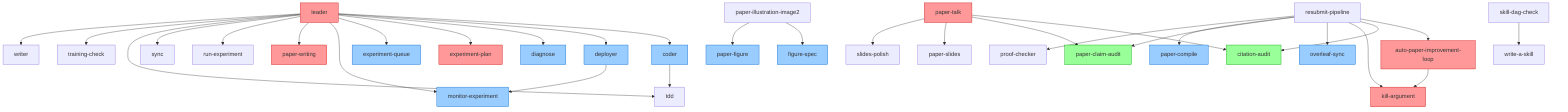
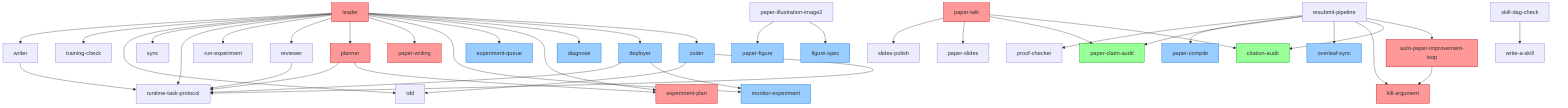
graph TD
    auto-paper-improvement-loop --> kill-argument
+     coder --> runtime-task-protocol
    coder --> tdd
    deployer --> monitor-experiment
+     deployer --> runtime-task-protocol
    leader --> coder
    leader --> deployer
    leader --> diagnose
    leader --> experiment-plan
    leader --> experiment-queue
    leader --> monitor-experiment
    leader --> paper-writing
+     leader --> planner
+     leader --> reviewer
    leader --> run-experiment
+     leader --> runtime-task-protocol
    leader --> sync
    leader --> tdd
    leader --> training-check
    leader --> writer
    paper-illustration-image2 --> figure-spec
    paper-illustration-image2 --> paper-figure
    paper-talk --> citation-audit
    paper-talk --> paper-claim-audit
    paper-talk --> paper-slides
    paper-talk --> slides-polish
+     planner --> experiment-plan
+     planner --> runtime-task-protocol
    resubmit-pipeline --> auto-paper-improvement-loop
    resubmit-pipeline --> citation-audit
    resubmit-pipeline --> kill-argument
    resubmit-pipeline --> overleaf-sync
    resubmit-pipeline --> paper-claim-audit
    resubmit-pipeline --> paper-compile
    resubmit-pipeline --> proof-checker
+     reviewer --> runtime-task-protocol
    skill-dag-check --> write-a-skill
+     writer --> runtime-task-protocol

    classDef leader fill:#ff9999,stroke:#cc0000
-     class auto-paper-improvement-loop,auto-review-loop,auto-review-loop-llm,auto-review-loop-minimax,dse-loop,experiment-plan,framework-update,idea-discovery,idea-discovery-robot,init-research,kill-argument,leader,meta-optimize,paper-talk,paper-writing,patent-pipeline,rebuttal,research-pipeline,research-refine,research-refine-pipeline leader
+     class auto-paper-improvement-loop,auto-review-loop,auto-review-loop-llm,auto-review-loop-minimax,dse-loop,experiment-plan,framework-update,idea-discovery,idea-discovery-robot,init-research,kill-argument,leader,meta-optimize,paper-talk,paper-writing,patent-pipeline,planner,rebuttal,research-pipeline,research-refine leader
    classDef executor fill:#99ccff,stroke:#0066cc
    class ablation-planner,claims-drafting,coder,deployer,diagnose,embodiment-description,experiment-bridge,experiment-queue,figure-description,figure-spec,formula-derivation,grant-proposal,invention-structuring,jurisdiction-format,mermaid-diagram,monitor-experiment,overleaf-sync,paper-compile,paper-figure,paper-illustration executor
    classDef any fill:#99ff99,stroke:#009900
    class alphaxiv,analyze-results,arxiv,caveman,citation-audit,comm-lit-review,deepxiv,exa-search,experiment-audit,feishu-notify,feishu-session,gemini-search,git-guardrails,grill-me,grill-with-docs,handoff,idea-creator,novelty-check,openalex,paper-claim-audit any
